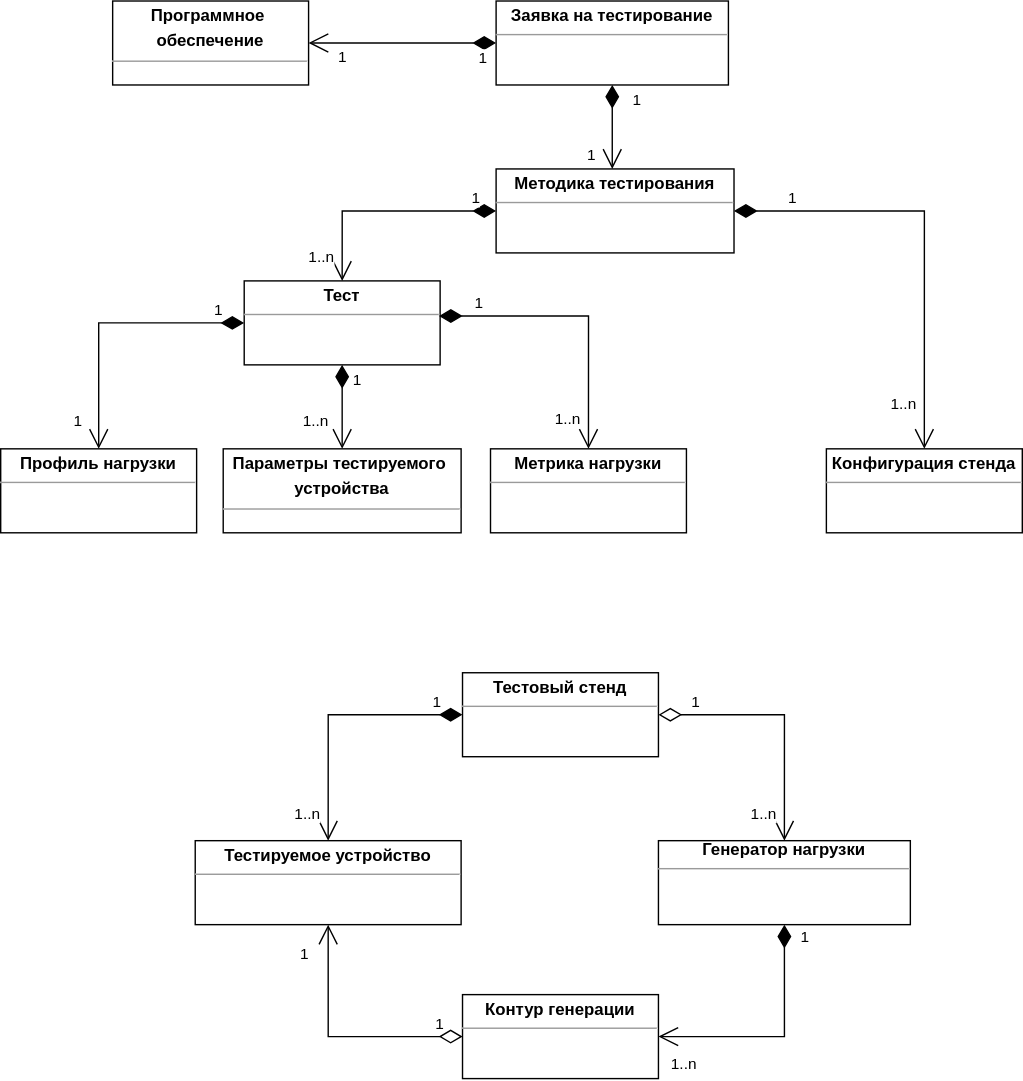
ralex29/otus_software_architect_2022_09 keeps this draw.io diagram as graduate_project/diagrams/domain_model.svg. Above is the earlier version. Source tidied: cells renumbered, new cells last; positions are measured from the earlier drawing's top-left corner, leaving out a move shared by most shapes.
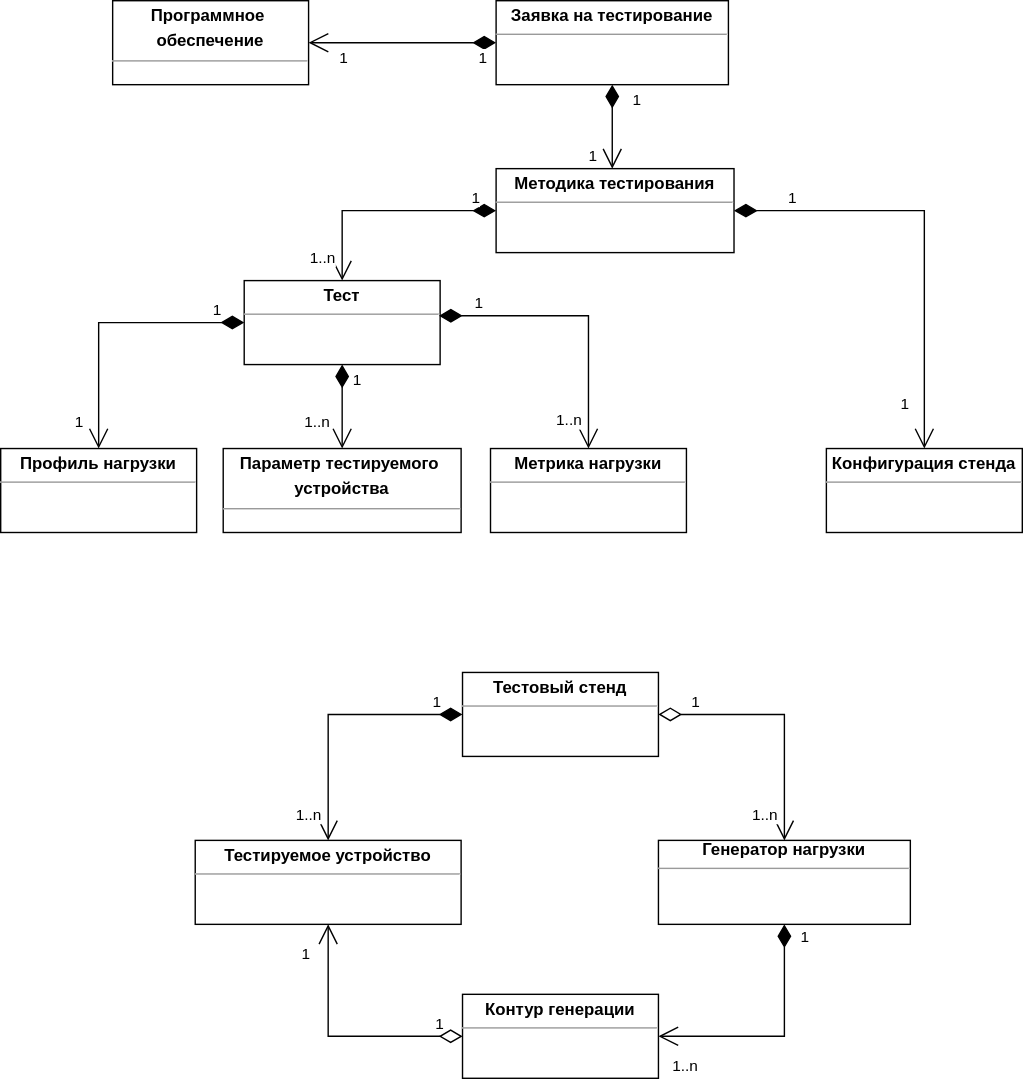
After the commit.

The edit, as a diff of the source:
```diff
@@ -39,7 +39,7 @@
     <mxCell id="12" value="&lt;p style=&quot;margin:0px;margin-top:4px;text-align:center;&quot;&gt;&lt;b&gt;Профиль нагрузки&lt;/b&gt;&lt;br&gt;&lt;/p&gt;&lt;hr size=&quot;1&quot;&gt;&lt;div style=&quot;height:2px;&quot;&gt;&lt;/div&gt;" style="verticalAlign=top;align=left;overflow=fill;fontSize=12;fontFamily=Helvetica;html=1;" parent="1" vertex="1">
       <mxGeometry y="320" width="140" height="60" as="geometry" />
     </mxCell>
-    <mxCell id="13" value="&lt;p style=&quot;margin:0px;margin-top:4px;text-align:center;&quot;&gt;&lt;b&gt;Параметры тестируемого&amp;nbsp;&lt;/b&gt;&lt;/p&gt;&lt;p style=&quot;margin:0px;margin-top:4px;text-align:center;&quot;&gt;&lt;b&gt;устройства&lt;/b&gt;&lt;/p&gt;&lt;hr size=&quot;1&quot;&gt;&lt;div style=&quot;height:2px;&quot;&gt;&lt;/div&gt;" style="verticalAlign=top;align=left;overflow=fill;fontSize=12;fontFamily=Helvetica;html=1;" parent="1" vertex="1">
+    <mxCell id="13" value="&lt;p style=&quot;margin:0px;margin-top:4px;text-align:center;&quot;&gt;&lt;b&gt;Параметр тестируемого&amp;nbsp;&lt;/b&gt;&lt;/p&gt;&lt;p style=&quot;margin:0px;margin-top:4px;text-align:center;&quot;&gt;&lt;b&gt;устройства&lt;/b&gt;&lt;/p&gt;&lt;hr size=&quot;1&quot;&gt;&lt;div style=&quot;height:2px;&quot;&gt;&lt;/div&gt;" style="verticalAlign=top;align=left;overflow=fill;fontSize=12;fontFamily=Helvetica;html=1;" parent="1" vertex="1">
       <mxGeometry x="159" y="320" width="170" height="60" as="geometry" />
     </mxCell>
     <mxCell id="14" value="&lt;p style=&quot;margin:0px;margin-top:4px;text-align:center;&quot;&gt;&lt;b&gt;Метрика нагрузки&lt;/b&gt;&lt;br&gt;&lt;/p&gt;&lt;hr size=&quot;1&quot;&gt;&lt;div style=&quot;height:2px;&quot;&gt;&lt;/div&gt;" style="verticalAlign=top;align=left;overflow=fill;fontSize=12;fontFamily=Helvetica;html=1;" parent="1" vertex="1">
@@ -80,7 +80,7 @@
     <mxCell id="23" value="1" style="endArrow=open;html=1;endSize=12;startArrow=diamondThin;startSize=14;startFill=1;edgeStyle=orthogonalEdgeStyle;align=left;verticalAlign=bottom;rounded=0;exitX=1;exitY=0.5;exitDx=0;exitDy=0;entryX=0.5;entryY=0;entryDx=0;entryDy=0;" parent="1" edge="1" source="3" target="11">
       <mxGeometry x="-0.76" relative="1" as="geometry" />
     </mxCell>
-    <mxCell id="24" value="1..n" style="edgeLabel;html=1;align=center;verticalAlign=middle;" parent="23" vertex="1">
+    <mxCell id="24" value="1" style="edgeLabel;html=1;align=center;verticalAlign=middle;" parent="23" vertex="1">
       <mxGeometry x="0.78" y="1" relative="1" as="geometry">
         <mxPoint x="-16" y="1" as="offset" />
       </mxGeometry>
```
